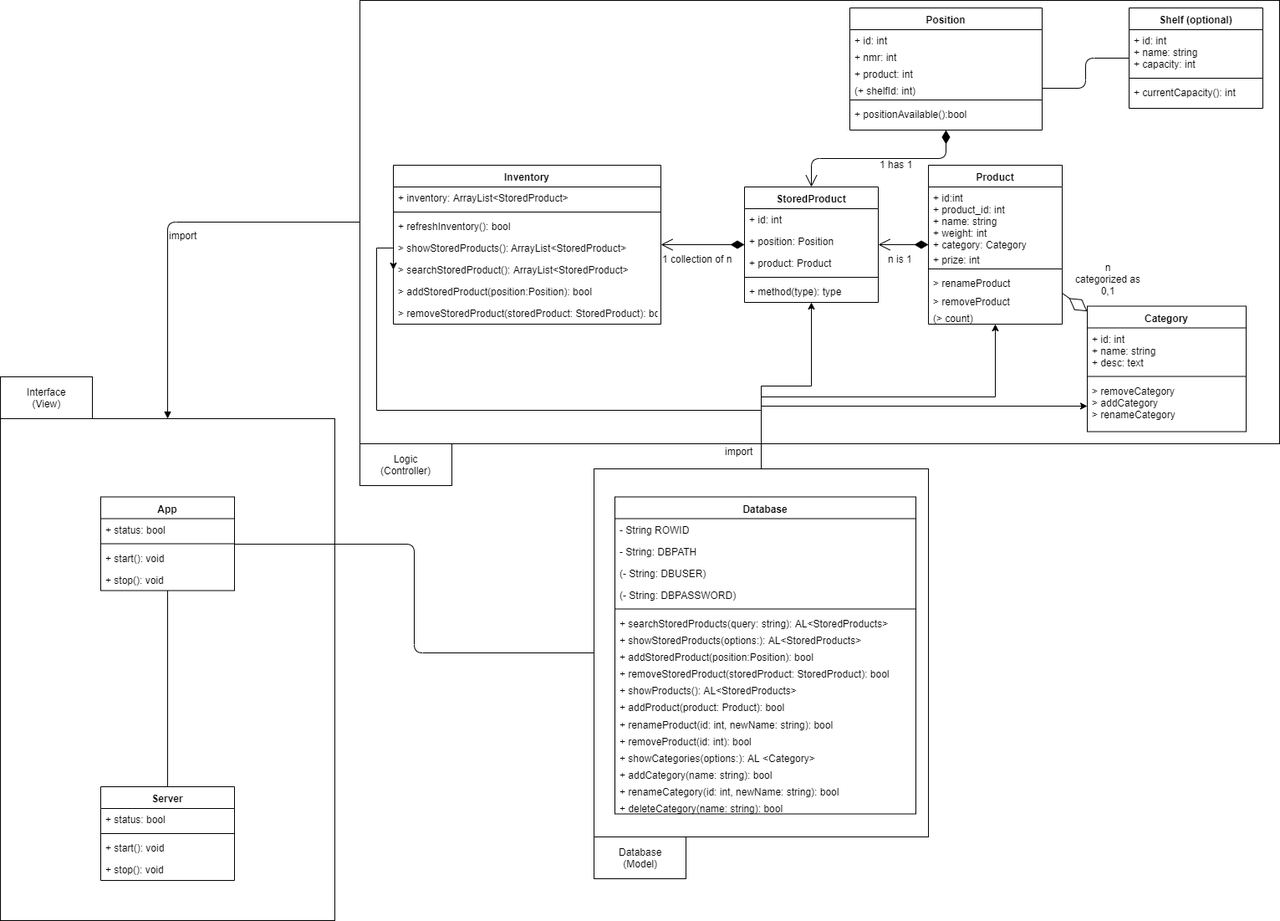
Earlier version of the draw.io export dev/models/UML Klassendiagram.png (callidaria/pen-testing). Source tidied: cells renumbered, new cells last; positions are measured from the earlier drawing's top-left corner, leaving out a move shared by most shapes.
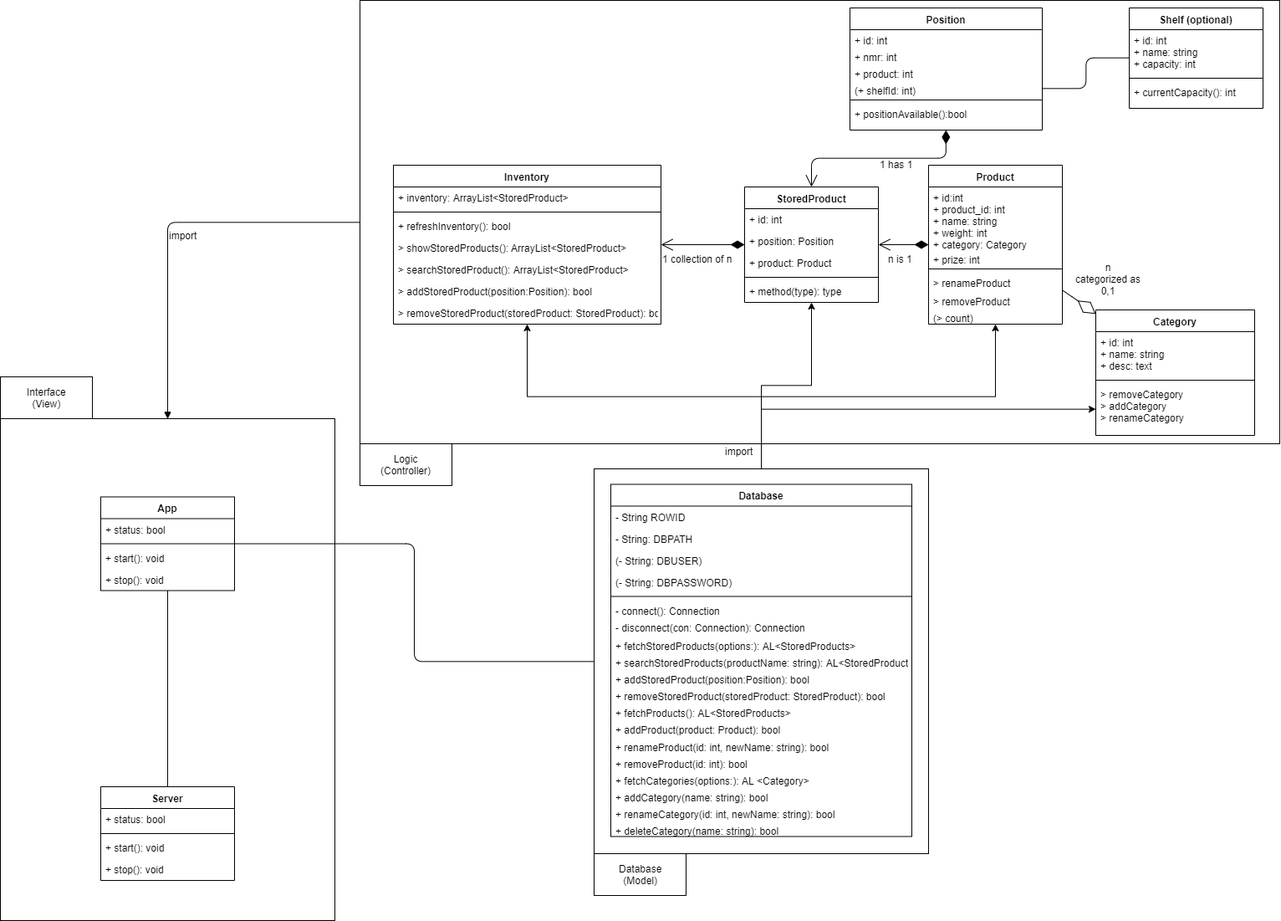
Later version of the same file.

Commit message:
Minor changes to UML KD DatabaseInterface added StoredProducts methods DB Vars are now static final

Diff of the diagram source:
```diff
@@ -6,7 +6,7 @@
       <mxGeometry x="430" width="1100" height="530" as="geometry" />
     </mxCell>
     <mxCell id="3" style="rounded=0;whiteSpace=wrap;html=1;" parent="1" vertex="1">
-      <mxGeometry x="710" y="560" width="400" height="440" as="geometry" />
+      <mxGeometry x="710" y="560" width="400" height="460" as="geometry" />
     </mxCell>
     <mxCell id="4" style="rounded=0;whiteSpace=wrap;html=1;" parent="1" vertex="1">
       <mxGeometry y="500" width="400" height="600" as="geometry" />
@@ -66,7 +66,7 @@
       <mxGeometry y="170" width="160" height="20" as="geometry" />
     </mxCell>
     <mxCell id="23" value="Category" style="swimlane;fontStyle=1;align=center;verticalAlign=top;horizontal=1;startSize=26;" parent="1" vertex="1">
-      <mxGeometry x="1300" y="365.5" width="190" height="150" as="geometry" />
+      <mxGeometry x="1310" y="370" width="190" height="150" as="geometry" />
     </mxCell>
     <mxCell id="24" value="+ id: int&#10;+ name: string&#10;+ desc: text" style="text;strokeColor=none;fillColor=none;align=left;verticalAlign=top;spacingLeft=4;spacingRight=4;overflow=hidden;" parent="23" vertex="1">
       <mxGeometry y="26" width="190" height="54" as="geometry" />
@@ -80,18 +80,11 @@
     <mxCell id="27" value="n&lt;br&gt;categorized as&lt;br&gt;0,1" style="text;html=1;align=center;verticalAlign=top;spacingTop=-4;" parent="1" vertex="1">
       <mxGeometry x="1280" y="310" width="90" height="40" as="geometry" />
     </mxCell>
-    <mxCell id="28" style="edgeStyle=orthogonalEdgeStyle;rounded=0;jettySize=auto;html=1;entryX=0;entryY=0.5;entryDx=0;entryDy=0;" parent="1" edge="1" source="3">
-      <mxGeometry relative="1" as="geometry">
-        <mxPoint x="470" y="322" as="targetPoint" />
-        <Array as="points">
-          <mxPoint x="910" y="490" />
-          <mxPoint x="450" y="490" />
-          <mxPoint x="450" y="296" />
-        </Array>
-      </mxGeometry>
+    <mxCell id="28" style="edgeStyle=orthogonalEdgeStyle;rounded=0;jettySize=auto;html=1;" parent="1" edge="1" source="3" target="48">
+      <mxGeometry relative="1" as="geometry" />
     </mxCell>
     <mxCell id="29" value="Database" style="swimlane;fontStyle=1;align=center;verticalAlign=top;horizontal=1;startSize=26;" parent="1" vertex="1">
-      <mxGeometry x="735" y="593.5" width="360" height="379" as="geometry" />
+      <mxGeometry x="730" y="578.5" width="360" height="421" as="geometry" />
     </mxCell>
     <mxCell id="30" value="- String ROWID&#10;&#9;&#10;&#9;String DBPATH = &quot;D:\\\\Projects\\\\Java Projects\\\\pen-testing\\\\sqlite\\\\db.pen_testing.db&quot;;&#10;&#9;&#10;&#9;String DBUSER = &quot;root&quot;;&#10;&#9;&#10;&#9;String DBPASSWORD = &quot;password&quot;;" style="text;strokeColor=none;fillColor=none;align=left;verticalAlign=top;spacingLeft=4;spacingRight=4;overflow=hidden;" parent="29" vertex="1">
       <mxGeometry y="26" width="360" height="26" as="geometry" />
@@ -108,41 +101,47 @@
     <mxCell id="34" style="line;strokeWidth=1;fillColor=none;align=left;verticalAlign=middle;spacingTop=-1;spacingLeft=3;spacingRight=3;labelPosition=right;" parent="29" vertex="1">
       <mxGeometry y="130" width="360" height="8" as="geometry" />
     </mxCell>
+    <mxCell id="91" value="- connect(): Connection" style="text;strokeColor=none;fillColor=none;align=left;verticalAlign=top;spacingLeft=4;spacingRight=4;overflow=hidden;" parent="29" vertex="1">
+      <mxGeometry y="138" width="360" height="20" as="geometry" />
+    </mxCell>
+    <mxCell id="92" value="- disconnect(con: Connection): Connection" style="text;strokeColor=none;fillColor=none;align=left;verticalAlign=top;spacingLeft=4;spacingRight=4;overflow=hidden;" parent="29" vertex="1">
+      <mxGeometry y="158" width="360" height="22" as="geometry" />
+    </mxCell>
+    <mxCell id="36" value="+ fetchStoredProducts(options:): AL&lt;StoredProducts&gt;" style="text;strokeColor=none;fillColor=none;align=left;verticalAlign=top;spacingLeft=4;spacingRight=4;overflow=hidden;" parent="29" vertex="1">
+      <mxGeometry y="180" width="360" height="20" as="geometry" />
+    </mxCell>
-    <mxCell id="35" value="+ searchStoredProducts(query: string): AL&lt;StoredProducts&gt;" style="text;strokeColor=none;fillColor=none;align=left;verticalAlign=top;spacingLeft=4;spacingRight=4;overflow=hidden;" parent="29" vertex="1">
-      <mxGeometry y="138" width="360" height="20" as="geometry" />
+    <mxCell id="35" value="+ searchStoredProducts(productName: string): AL&lt;StoredProducts&gt;" style="text;strokeColor=none;fillColor=none;align=left;verticalAlign=top;spacingLeft=4;spacingRight=4;overflow=hidden;" parent="29" vertex="1">
+      <mxGeometry y="200" width="360" height="20" as="geometry" />
     </mxCell>
-    <mxCell id="36" value="+ showStoredProducts(options:): AL&lt;StoredProducts&gt;" style="text;strokeColor=none;fillColor=none;align=left;verticalAlign=top;spacingLeft=4;spacingRight=4;overflow=hidden;" parent="29" vertex="1">
-      <mxGeometry y="158" width="360" height="20" as="geometry" />
-    </mxCell>
     <mxCell id="37" value="+ addStoredProduct(position:Position): bool" style="text;strokeColor=none;fillColor=none;align=left;verticalAlign=top;spacingLeft=4;spacingRight=4;overflow=hidden;" parent="29" vertex="1">
-      <mxGeometry y="178" width="360" height="20" as="geometry" />
+      <mxGeometry y="220" width="360" height="20" as="geometry" />
     </mxCell>
     <mxCell id="38" value="+ removeStoredProduct(storedProduct: StoredProduct): bool" style="text;strokeColor=none;fillColor=none;align=left;verticalAlign=top;spacingLeft=4;spacingRight=4;overflow=hidden;" parent="29" vertex="1">
-      <mxGeometry y="198" width="360" height="20" as="geometry" />
+      <mxGeometry y="240" width="360" height="20" as="geometry" />
     </mxCell>
-    <mxCell id="39" value="+ showProducts(): AL&lt;StoredProducts&gt;" style="text;strokeColor=none;fillColor=none;align=left;verticalAlign=top;spacingLeft=4;spacingRight=4;overflow=hidden;" parent="29" vertex="1">
-      <mxGeometry y="218" width="360" height="20" as="geometry" />
+    <mxCell id="39" value="+ fetchProducts(): AL&lt;StoredProducts&gt;" style="text;strokeColor=none;fillColor=none;align=left;verticalAlign=top;spacingLeft=4;spacingRight=4;overflow=hidden;" parent="29" vertex="1">
+      <mxGeometry y="260" width="360" height="20" as="geometry" />
     </mxCell>
     <mxCell id="40" value="+ addProduct(product: Product): bool" style="text;strokeColor=none;fillColor=none;align=left;verticalAlign=top;spacingLeft=4;spacingRight=4;overflow=hidden;" parent="29" vertex="1">
-      <mxGeometry y="238" width="360" height="21" as="geometry" />
+      <mxGeometry y="280" width="360" height="21" as="geometry" />
     </mxCell>
     <mxCell id="41" value="+ renameProduct(id: int, newName: string): bool" style="text;strokeColor=none;fillColor=none;align=left;verticalAlign=top;spacingLeft=4;spacingRight=4;overflow=hidden;" parent="29" vertex="1">
-      <mxGeometry y="259" width="360" height="20" as="geometry" />
+      <mxGeometry y="301" width="360" height="20" as="geometry" />
     </mxCell>
     <mxCell id="42" value="+ removeProduct(id: int): bool" style="text;strokeColor=none;fillColor=none;align=left;verticalAlign=top;spacingLeft=4;spacingRight=4;overflow=hidden;" parent="29" vertex="1">
-      <mxGeometry y="279" width="360" height="20" as="geometry" />
+      <mxGeometry y="321" width="360" height="20" as="geometry" />
     </mxCell>
-    <mxCell id="43" value="+ showCategories(options:): AL &lt;Category&gt;" style="text;strokeColor=none;fillColor=none;align=left;verticalAlign=top;spacingLeft=4;spacingRight=4;overflow=hidden;" parent="29" vertex="1">
-      <mxGeometry y="299" width="360" height="20" as="geometry" />
+    <mxCell id="43" value="+ fetchCategories(options:): AL &lt;Category&gt;" style="text;strokeColor=none;fillColor=none;align=left;verticalAlign=top;spacingLeft=4;spacingRight=4;overflow=hidden;" parent="29" vertex="1">
+      <mxGeometry y="341" width="360" height="20" as="geometry" />
     </mxCell>
     <mxCell id="44" value="+ addCategory(name: string): bool" style="text;strokeColor=none;fillColor=none;align=left;verticalAlign=top;spacingLeft=4;spacingRight=4;overflow=hidden;" parent="29" vertex="1">
-      <mxGeometry y="319" width="360" height="20" as="geometry" />
+      <mxGeometry y="361" width="360" height="20" as="geometry" />
     </mxCell>
     <mxCell id="45" value="+ renameCategory(id: int, newName: string): bool" style="text;strokeColor=none;fillColor=none;align=left;verticalAlign=top;spacingLeft=4;spacingRight=4;overflow=hidden;" parent="29" vertex="1">
-      <mxGeometry y="339" width="360" height="20" as="geometry" />
+      <mxGeometry y="381" width="360" height="20" as="geometry" />
     </mxCell>
     <mxCell id="46" value="+ deleteCategory(name: string): bool" style="text;strokeColor=none;fillColor=none;align=left;verticalAlign=top;spacingLeft=4;spacingRight=4;overflow=hidden;" parent="29" vertex="1">
-      <mxGeometry y="359" width="360" height="20" as="geometry" />
+      <mxGeometry y="401" width="360" height="20" as="geometry" />
     </mxCell>
     <mxCell id="47" style="endArrow=none;html=1;edgeStyle=orthogonalEdgeStyle;" parent="1" edge="1" source="5" target="13">
       <mxGeometry relative="1" as="geometry" />
@@ -259,13 +258,17 @@
       <mxGeometry x="1060" y="300" width="40" height="20" as="geometry" />
     </mxCell>
     <mxCell id="83" style="endArrow=diamondThin;endFill=0;endSize=24;html=1;" parent="1" edge="1" source="16" target="23">
-      <mxGeometry relative="1" as="geometry" />
+      <mxGeometry relative="1" as="geometry">
+        <Array as="points">
+          <mxPoint x="1290" y="360" />
+        </Array>
+      </mxGeometry>
     </mxCell>
     <mxCell id="84" value="Interface&lt;br&gt;(View)" style="html=1;" parent="1" vertex="1">
       <mxGeometry y="450" width="110" height="50" as="geometry" />
     </mxCell>
     <mxCell id="85" value="Database&lt;br&gt;(Model)" style="html=1;" parent="1" vertex="1">
-      <mxGeometry x="710" y="1000" width="110" height="50" as="geometry" />
+      <mxGeometry x="710" y="1020" width="110" height="50" as="geometry" />
     </mxCell>
     <mxCell id="86" value="Logic&lt;br&gt;(Controller)" style="html=1;" parent="1" vertex="1">
       <mxGeometry x="430" y="530" width="110" height="50" as="geometry" />
```
